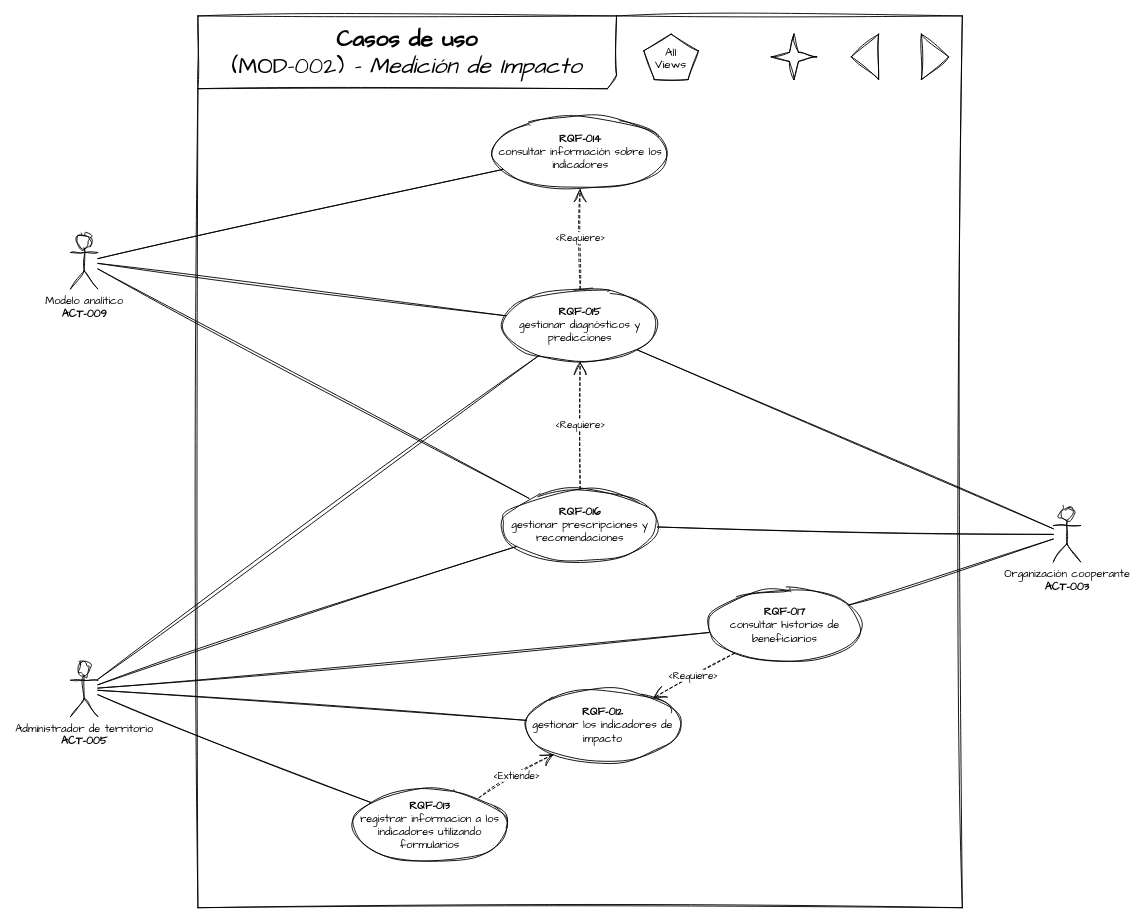
Above: page "CU - MOD002" (9 of 11) of Arquitectura de software/Esquemas/Vistas.drawio in yeiferamunozt/ProActHelp (draw.io), before the change. Source tidied: cells renumbered, new cells numbered last; positions are measured from the earlier drawing's top-left corner, leaving out a move shared by most shapes. Both pictures are drawn from the tidied source at 91%, with x=0, y=0 at pixel (70, 15).
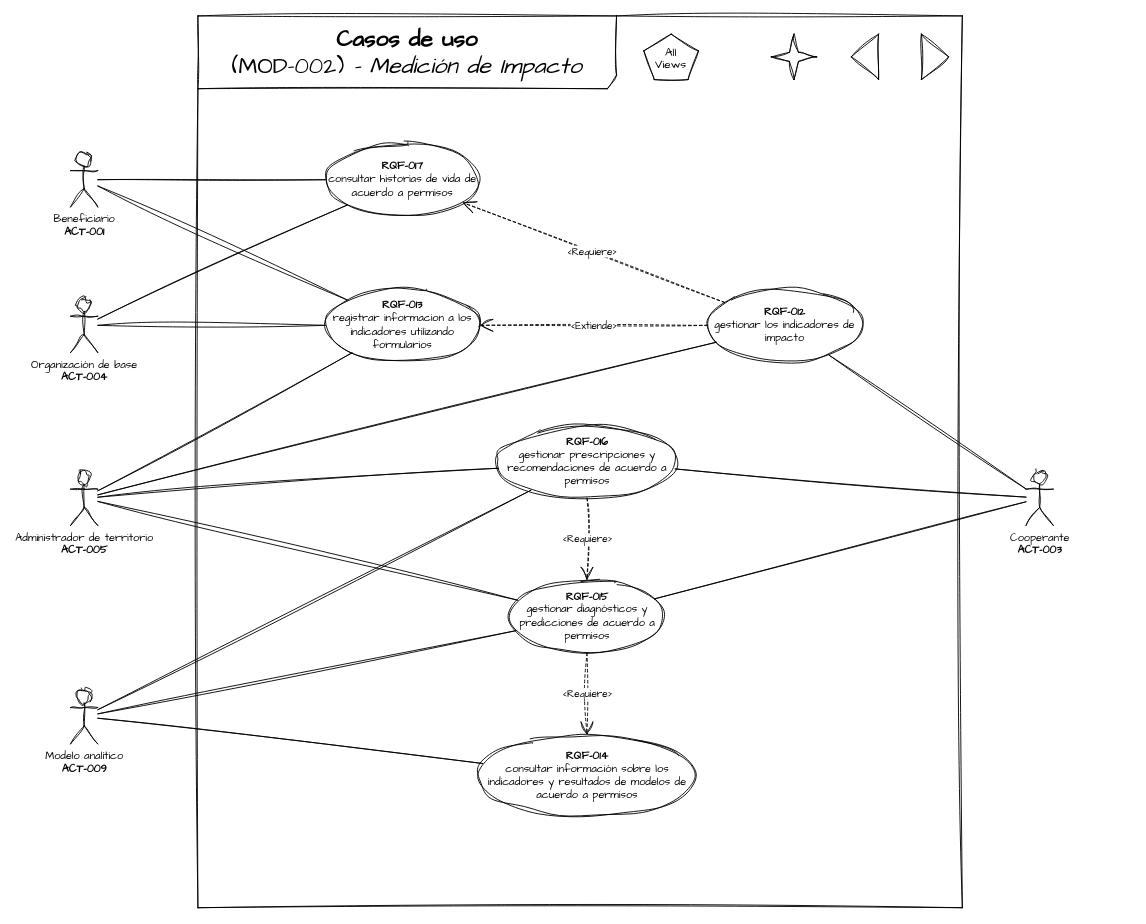
The same diagram, later.

What changed in the source:
```diff
@@
     <mxCell id="3" value="&lt;b&gt;RQF-012&lt;/b&gt;&lt;br&gt;gestionar los indicadores de impacto" style="ellipse;whiteSpace=wrap;html=1;sketch=1;curveFitting=1;jiggle=2;fontFamily=Architects Daughter;" parent="1" vertex="1">
-      <mxGeometry x="500" y="740" width="170" height="80" as="geometry" />
+      <mxGeometry x="700" y="300" width="170" height="80" as="geometry" />
     </mxCell>
-    <mxCell id="4" value="Organización cooperante&lt;br&gt;&lt;b&gt;ACT-003&lt;/b&gt;" style="shape=umlActor;verticalLabelPosition=bottom;verticalAlign=top;html=1;outlineConnect=0;sketch=1;curveFitting=1;jiggle=2;fontFamily=Architects Daughter;" parent="1" vertex="1">
-      <mxGeometry x="1080" y="540" width="30" height="60" as="geometry" />
+    <mxCell id="4" value="Cooperante&lt;br&gt;&lt;b&gt;ACT-003&lt;/b&gt;" style="shape=umlActor;verticalLabelPosition=bottom;verticalAlign=top;html=1;outlineConnect=0;sketch=1;curveFitting=1;jiggle=2;fontFamily=Architects Daughter;" parent="1" vertex="1">
+      <mxGeometry x="1050" y="500" width="30" height="60" as="geometry" />
     </mxCell>
     <mxCell id="5" value="Administrador de territorio&lt;br&gt;&lt;b&gt;ACT-005&lt;/b&gt;" style="shape=umlActor;verticalLabelPosition=bottom;verticalAlign=top;html=1;outlineConnect=0;sketch=1;curveFitting=1;jiggle=2;fontFamily=Architects Daughter;" parent="1" vertex="1">
-      <mxGeometry y="710" width="30" height="60" as="geometry" />
+      <mxGeometry y="500" width="30" height="60" as="geometry" />
     </mxCell>
     <mxCell id="6" value="&lt;b&gt;RQF-013&lt;/b&gt;&lt;br&gt;registrar informacion a los indicadores utilizando formularios" style="ellipse;whiteSpace=wrap;html=1;sketch=1;curveFitting=1;jiggle=2;fontFamily=Architects Daughter;" parent="1" vertex="1">
-      <mxGeometry x="310" y="850" width="170" height="80" as="geometry" />
+      <mxGeometry x="280" y="300" width="170" height="80" as="geometry" />
     </mxCell>
-    <mxCell id="7" value="&lt;b&gt;RQF-014&lt;/b&gt;&lt;br&gt;consultar información sobre los indicadores" style="ellipse;whiteSpace=wrap;html=1;sketch=1;curveFitting=1;jiggle=2;fontFamily=Architects Daughter;" parent="1" vertex="1">
-      <mxGeometry x="463.8" y="110" width="192.5" height="80" as="geometry" />
+    <mxCell id="7" value="&lt;b&gt;RQF-014&lt;/b&gt;&lt;br&gt;consultar información sobre los indicadores y resultados de modelos de acuerdo a permisos" style="ellipse;whiteSpace=wrap;html=1;sketch=1;curveFitting=1;jiggle=2;fontFamily=Architects Daughter;" parent="1" vertex="1">
+      <mxGeometry x="447.5" y="790" width="240" height="90" as="geometry" />
     </mxCell>
-    <mxCell id="8" value="&lt;b&gt;RQF-015&lt;/b&gt;&lt;br&gt;gestionar diagnósticos y predicciones" style="ellipse;whiteSpace=wrap;html=1;sketch=1;curveFitting=1;jiggle=2;fontFamily=Architects Daughter;" parent="1" vertex="1">
-      <mxGeometry x="475" y="300" width="170" height="80" as="geometry" />
+    <mxCell id="8" value="&lt;b&gt;RQF-015&lt;/b&gt;&lt;br&gt;gestionar diagnósticos y predicciones de acuerdo a permisos" style="ellipse;whiteSpace=wrap;html=1;sketch=1;curveFitting=1;jiggle=2;fontFamily=Architects Daughter;" parent="1" vertex="1">
+      <mxGeometry x="482.5" y="620" width="170" height="80" as="geometry" />
     </mxCell>
-    <mxCell id="9" value="&lt;b&gt;RQF-016&lt;/b&gt;&lt;br&gt;gestionar prescripciones y recomendaciones" style="ellipse;whiteSpace=wrap;html=1;sketch=1;curveFitting=1;jiggle=2;fontFamily=Architects Daughter;" parent="1" vertex="1">
-      <mxGeometry x="475" y="520" width="170" height="80" as="geometry" />
+    <mxCell id="9" value="&lt;b&gt;RQF-016&lt;/b&gt;&lt;br&gt;gestionar prescripciones y recomendaciones de acuerdo a permisos" style="ellipse;whiteSpace=wrap;html=1;sketch=1;curveFitting=1;jiggle=2;fontFamily=Architects Daughter;" parent="1" vertex="1">
+      <mxGeometry x="468.8" y="450" width="197.5" height="80" as="geometry" />
     </mxCell>
-    <mxCell id="10" value="&lt;b&gt;RQF-017&lt;/b&gt;&lt;br&gt;consultar historias de beneficiarios" style="ellipse;whiteSpace=wrap;html=1;sketch=1;curveFitting=1;jiggle=2;fontFamily=Architects Daughter;" parent="1" vertex="1">
-      <mxGeometry x="700" y="630" width="170" height="80" as="geometry" />
+    <mxCell id="10" value="&lt;b&gt;RQF-017&lt;/b&gt;&lt;br&gt;consultar historias de vida de acuerdo a permisos" style="ellipse;whiteSpace=wrap;html=1;sketch=1;curveFitting=1;jiggle=2;fontFamily=Architects Daughter;" parent="1" vertex="1">
+      <mxGeometry x="280" y="140" width="170" height="80" as="geometry" />
     </mxCell>
@@
     <mxCell id="13" value="Modelo analítico&lt;br&gt;&lt;b&gt;ACT-009&lt;/b&gt;" style="shape=umlActor;verticalLabelPosition=bottom;verticalAlign=top;html=1;outlineConnect=0;sketch=1;curveFitting=1;jiggle=2;fontFamily=Architects Daughter;" parent="1" vertex="1">
-      <mxGeometry y="240" width="30" height="60" as="geometry" />
+      <mxGeometry y="740" width="30" height="60" as="geometry" />
     </mxCell>
@@
-    <mxCell id="21" style="endArrow=none;html=1;rounded=0;sketch=1;curveFitting=1;jiggle=2;fontFamily=Architects Daughter;" parent="1" edge="1" source="5" target="10">
-      <mxGeometry relative="1" as="geometry" />
-    </mxCell>
-    <mxCell id="22" style="endArrow=none;html=1;rounded=0;sketch=1;curveFitting=1;jiggle=2;fontFamily=Architects Daughter;" parent="1" edge="1" source="10" target="4">
-      <mxGeometry relative="1" as="geometry" />
-    </mxCell>
-    <mxCell id="23" value="&amp;lt;Extiende&amp;gt;" style="endArrow=open;endSize=12;dashed=1;html=1;rounded=0;sketch=1;curveFitting=1;jiggle=2;fontFamily=Architects Daughter;" parent="1" edge="1" source="6" target="3">
+    <mxCell id="23" value="&amp;lt;Extiende&amp;gt;" style="endArrow=open;endSize=12;dashed=1;html=1;rounded=0;sketch=1;curveFitting=1;jiggle=2;fontFamily=Architects Daughter;" parent="1" edge="1" source="3" target="6">
       <mxGeometry relative="1" as="geometry" />
     </mxCell>
@@
-    <mxCell id="26" value="&amp;lt;Requiere&amp;gt;" style="endArrow=open;endSize=12;dashed=1;html=1;rounded=0;sketch=1;curveFitting=1;jiggle=2;fontFamily=Architects Daughter;" parent="1" edge="1" source="10" target="3">
+    <mxCell id="26" value="&amp;lt;Requiere&amp;gt;" style="endArrow=open;endSize=12;dashed=1;html=1;rounded=0;sketch=1;curveFitting=1;jiggle=2;fontFamily=Architects Daughter;" parent="1" edge="1" source="3" target="10">
       <mxGeometry x="0.01" relative="1" as="geometry" />
     </mxCell>
@@
+    <mxCell id="33" value="Organización de base&lt;br&gt;&lt;b&gt;ACT-004&lt;/b&gt;" style="shape=umlActor;verticalLabelPosition=bottom;verticalAlign=top;html=1;outlineConnect=0;sketch=1;curveFitting=1;jiggle=2;fontFamily=Architects Daughter;" parent="1" vertex="1">
+      <mxGeometry y="310" width="30" height="60" as="geometry" />
+    </mxCell>
+    <mxCell id="34" style="endArrow=none;html=1;rounded=0;sketch=1;curveFitting=1;jiggle=2;fontFamily=Architects Daughter;" parent="1" edge="1" source="33" target="6">
+      <mxGeometry relative="1" as="geometry" />
+    </mxCell>
+    <mxCell id="35" value="Beneficiario&lt;br&gt;&lt;b&gt;ACT-001&lt;/b&gt;" style="shape=umlActor;verticalLabelPosition=bottom;verticalAlign=top;html=1;outlineConnect=0;sketch=1;curveFitting=1;jiggle=2;fontFamily=Architects Daughter;" parent="1" vertex="1">
+      <mxGeometry y="150" width="30" height="60" as="geometry" />
+    </mxCell>
+    <mxCell id="36" style="endArrow=none;html=1;rounded=0;sketch=1;curveFitting=1;jiggle=2;fontFamily=Architects Daughter;" parent="1" edge="1" source="35" target="6">
+      <mxGeometry relative="1" as="geometry" />
+    </mxCell>
+    <mxCell id="37" style="endArrow=none;html=1;rounded=0;sketch=1;curveFitting=1;jiggle=2;fontFamily=Architects Daughter;" parent="1" edge="1" source="3" target="4">
+      <mxGeometry relative="1" as="geometry" />
+    </mxCell>
+    <mxCell id="38" style="endArrow=none;html=1;rounded=0;sketch=1;curveFitting=1;jiggle=2;fontFamily=Architects Daughter;" parent="1" edge="1" source="35" target="10">
+      <mxGeometry relative="1" as="geometry" />
+    </mxCell>
+    <mxCell id="39" style="endArrow=none;html=1;rounded=0;sketch=1;curveFitting=1;jiggle=2;fontFamily=Architects Daughter;" parent="1" edge="1" source="33" target="10">
+      <mxGeometry relative="1" as="geometry" />
+    </mxCell>
```
